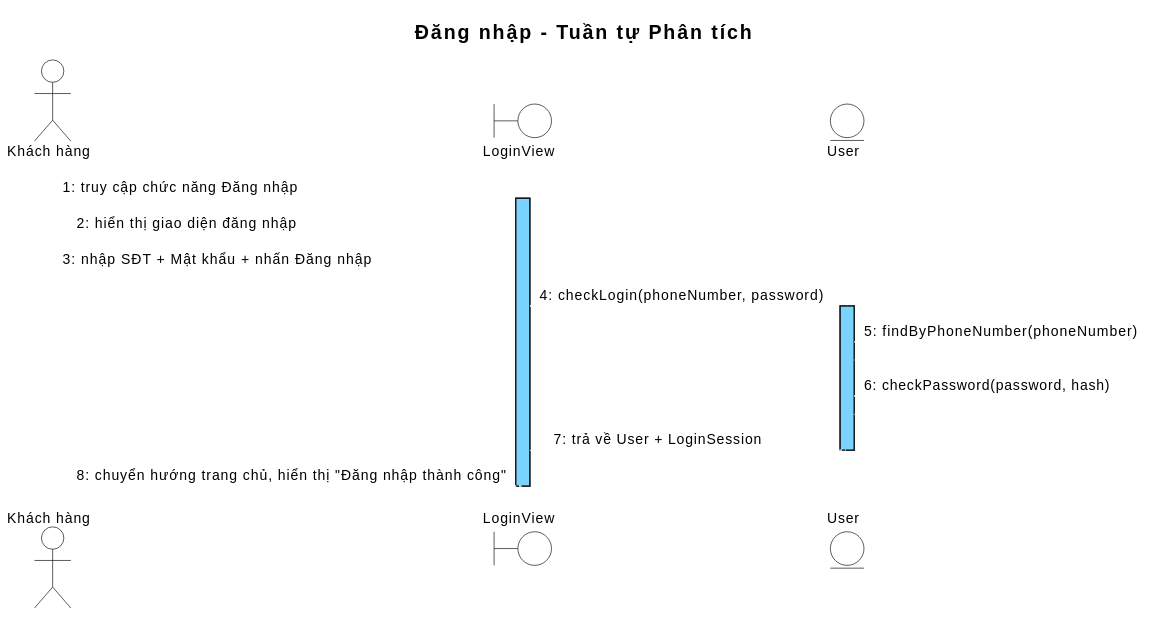
thanhtrnnn/cnpm keeps this PlantUML diagram as output/diagrams/account_seq_login_analysis.svg. Above is the earlier version.
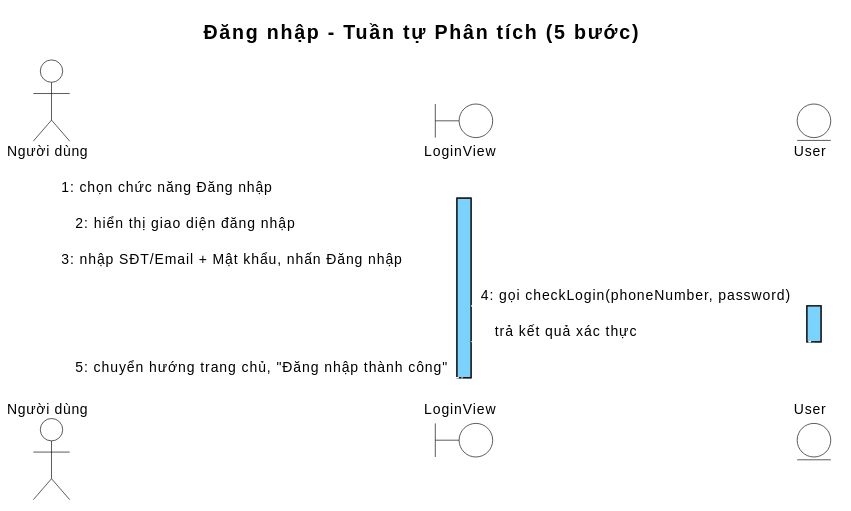
After the commit.

The edit, as a diff of the source:
```diff
@@ -20,22 +20,20 @@
   arrow { LineColor #000000 LineThickness 1 FontSize 10 }
 }
 </style>
-title Đăng nhập - Tuần tự Phân tích
+title Đăng nhập - Tuần tự Phân tích (5 bước)
 
-actor "Khách hàng" as KH
+actor "Người dùng" as Actor
 boundary LoginView as B1
 entity User as E1
 
-KH -> B1 : 1: truy cập chức năng Đăng nhập
+Actor -> B1 : 1: chọn chức năng Đăng nhập
 activate B1
-B1 --> KH : 2: hiển thị giao diện đăng nhập
-KH -> B1 : 3: nhập SĐT + Mật khẩu + nhấn Đăng nhập
-B1 -> E1 : 4: checkLogin(phoneNumber, password)
+B1 --> Actor : 2: hiển thị giao diện đăng nhập
+Actor -> B1 : 3: nhập SĐT/Email + Mật khẩu, nhấn Đăng nhập
+B1 -> E1 : 4: gọi checkLogin(phoneNumber, password)
 activate E1
-E1 -> E1 : 5: findByPhoneNumber(phoneNumber)
-E1 -> E1 : 6: checkPassword(password, hash)
-E1 --> B1 : 7: trả về User + LoginSession
+E1 --> B1 : trả kết quả xác thực
 deactivate E1
-B1 --> KH : 8: chuyển hướng trang chủ, hiển thị "Đăng nhập thành công"
+B1 --> Actor : 5: chuyển hướng trang chủ, "Đăng nhập thành công"
 deactivate B1
 @enduml
```
